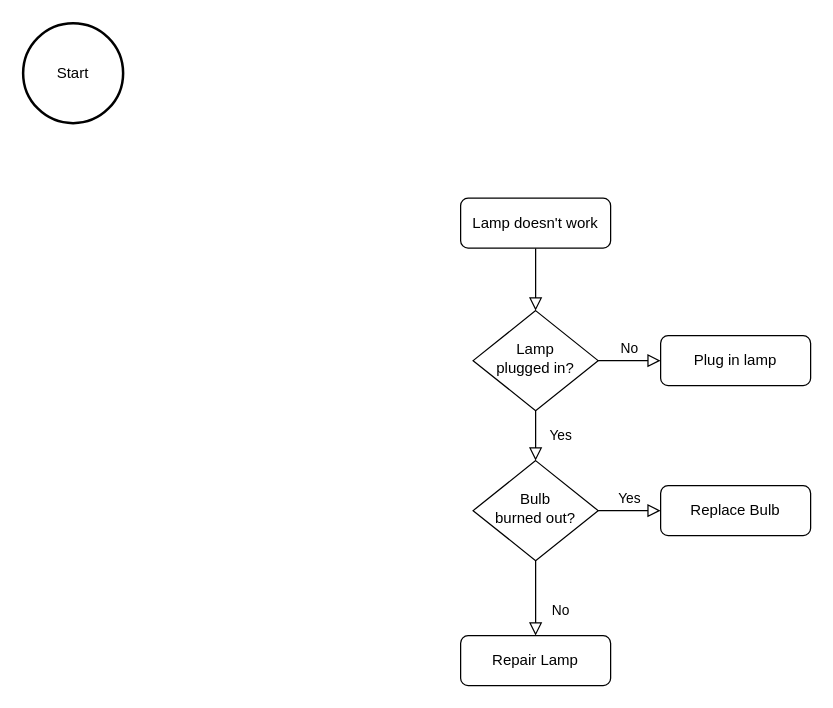
Earlier version of the draw.io diagram Untitled Diagram.drawio (ganeshglitz/drawio). Source tidied: cells renumbered, new cells numbered last; positions are measured from the earlier drawing's top-left corner, leaving out a move shared by most shapes. Both pictures are drawn from the tidied source at 125%, with x=0, y=0 at pixel (22, 22).
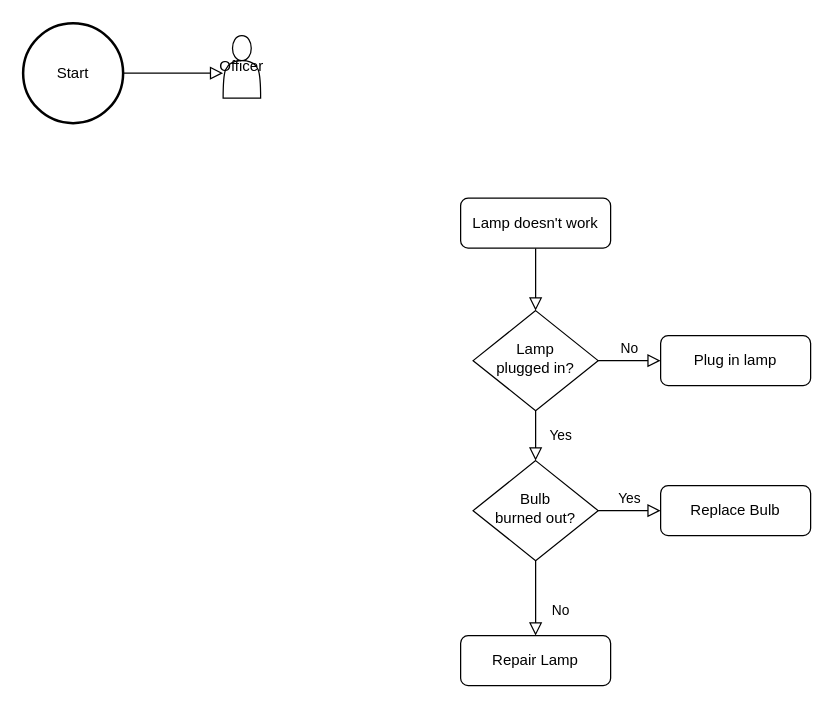
The same page after the edit.

Change to the diagram source:
```diff
@@
 <mxGraphModel>
   <root>
     <mxCell id="0" />
     <mxCell id="1" parent="0" />
     <mxCell id="2" style="rounded=0;html=1;jettySize=auto;fontSize=11;endArrow=block;endFill=0;endSize=8;strokeWidth=1;shadow=0;labelBackgroundColor=none;edgeStyle=orthogonalEdgeStyle;" parent="1" edge="1" source="3" target="6">
       <mxGeometry relative="1" as="geometry" />
     </mxCell>
     <mxCell id="3" value="Lamp doesn't work" style="rounded=1;whiteSpace=wrap;html=1;fontSize=12;glass=0;strokeWidth=1;shadow=0;" parent="1" vertex="1">
       <mxGeometry x="350" y="140" width="120" height="40" as="geometry" />
     </mxCell>
     <mxCell id="4" value="Yes" style="rounded=0;html=1;jettySize=auto;fontSize=11;endArrow=block;endFill=0;endSize=8;strokeWidth=1;shadow=0;labelBackgroundColor=none;edgeStyle=orthogonalEdgeStyle;" parent="1" edge="1" source="6" target="10">
       <mxGeometry y="20" relative="1" as="geometry" />
     </mxCell>
     <mxCell id="5" value="No" style="edgeStyle=orthogonalEdgeStyle;rounded=0;html=1;jettySize=auto;fontSize=11;endArrow=block;endFill=0;endSize=8;strokeWidth=1;shadow=0;labelBackgroundColor=none;" parent="1" edge="1" source="6" target="7">
       <mxGeometry y="10" relative="1" as="geometry" />
     </mxCell>
     <mxCell id="6" value="Lamp&lt;br&gt;plugged in?" style="rhombus;whiteSpace=wrap;html=1;shadow=0;fontFamily=Helvetica;fontSize=12;align=center;strokeWidth=1;spacing=6;spacingTop=-4;" parent="1" vertex="1">
       <mxGeometry x="360" y="230" width="100" height="80" as="geometry" />
     </mxCell>
     <mxCell id="7" value="Plug in lamp" style="rounded=1;whiteSpace=wrap;html=1;fontSize=12;glass=0;strokeWidth=1;shadow=0;" parent="1" vertex="1">
       <mxGeometry x="510" y="250" width="120" height="40" as="geometry" />
     </mxCell>
     <mxCell id="8" value="No" style="rounded=0;html=1;jettySize=auto;fontSize=11;endArrow=block;endFill=0;endSize=8;strokeWidth=1;shadow=0;labelBackgroundColor=none;edgeStyle=orthogonalEdgeStyle;" parent="1" edge="1" source="10" target="11">
       <mxGeometry x="0.33" y="20" relative="1" as="geometry" />
     </mxCell>
     <mxCell id="9" value="Yes" style="edgeStyle=orthogonalEdgeStyle;rounded=0;html=1;jettySize=auto;fontSize=11;endArrow=block;endFill=0;endSize=8;strokeWidth=1;shadow=0;labelBackgroundColor=none;" parent="1" edge="1" source="10" target="12">
       <mxGeometry y="10" relative="1" as="geometry" />
     </mxCell>
     <mxCell id="10" value="Bulb&lt;br&gt;burned out?" style="rhombus;whiteSpace=wrap;html=1;shadow=0;fontFamily=Helvetica;fontSize=12;align=center;strokeWidth=1;spacing=6;spacingTop=-4;" parent="1" vertex="1">
       <mxGeometry x="360" y="350" width="100" height="80" as="geometry" />
     </mxCell>
     <mxCell id="11" value="Repair Lamp" style="rounded=1;whiteSpace=wrap;html=1;fontSize=12;glass=0;strokeWidth=1;shadow=0;" parent="1" vertex="1">
       <mxGeometry x="350" y="490" width="120" height="40" as="geometry" />
     </mxCell>
     <mxCell id="12" value="Replace Bulb" style="rounded=1;whiteSpace=wrap;html=1;fontSize=12;glass=0;strokeWidth=1;shadow=0;" parent="1" vertex="1">
       <mxGeometry x="510" y="370" width="120" height="40" as="geometry" />
     </mxCell>
     <mxCell id="13" value="Start" style="strokeWidth=2;html=1;shape=mxgraph.flowchart.start_2;whiteSpace=wrap;" parent="1" vertex="1">
       <mxGeometry width="80" height="80" as="geometry" />
     </mxCell>
+    <mxCell id="14" value="Officer" style="shape=actor;whiteSpace=wrap;html=1;" parent="1" vertex="1">
+      <mxGeometry x="160" y="10" width="30" height="50" as="geometry" />
+    </mxCell>
+    <mxCell id="15" style="edgeStyle=orthogonalEdgeStyle;rounded=0;html=1;jettySize=auto;orthogonalLoop=1;fontSize=11;endArrow=block;endFill=0;endSize=8;strokeWidth=1;shadow=0;labelBackgroundColor=none;" parent="1" edge="1">
+      <mxGeometry x="-0.01" y="10" relative="1" as="geometry">
+        <mxPoint x="79.5" y="40" as="sourcePoint" />
+        <mxPoint x="160" y="40" as="targetPoint" />
+      </mxGeometry>
+    </mxCell>
   </root>
 </mxGraphModel>
```
